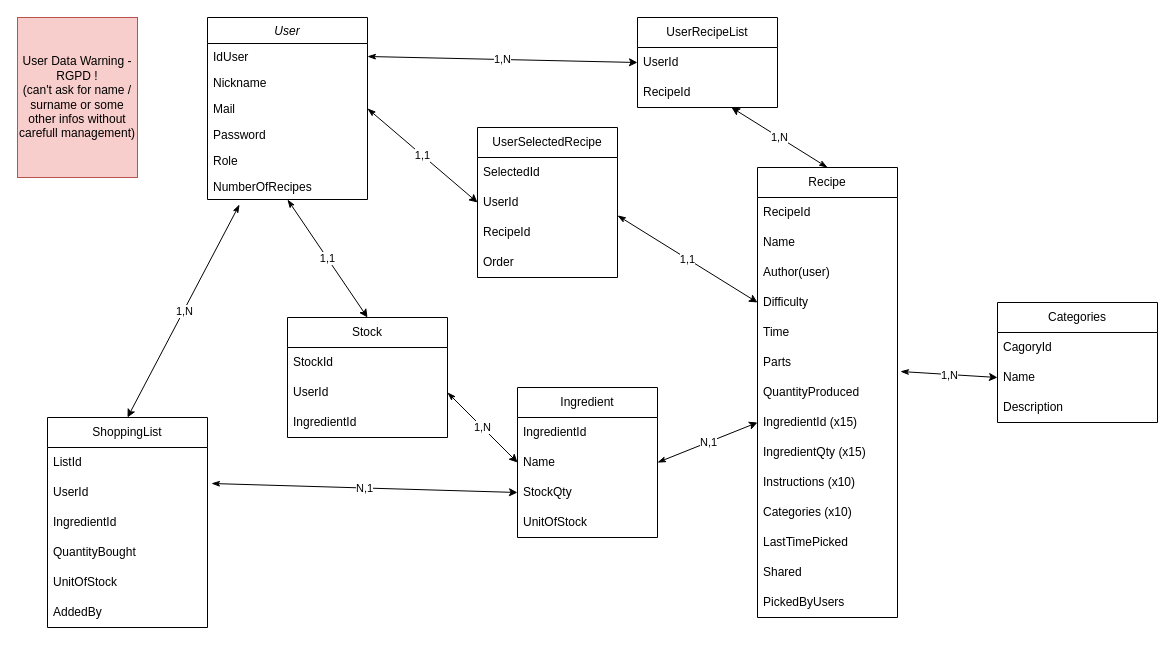
Windryuu/DrawIoRepo keeps this draw.io diagram as StockingDraws/Diagramme sans nom.drawio. Above is the earlier version. Source tidied: cells renumbered, new cells numbered last; positions are measured from the earlier drawing's top-left corner, leaving out a move shared by most shapes. Both pictures are drawn from the tidied source at 100%, with x=0, y=0 at pixel (17, 17).
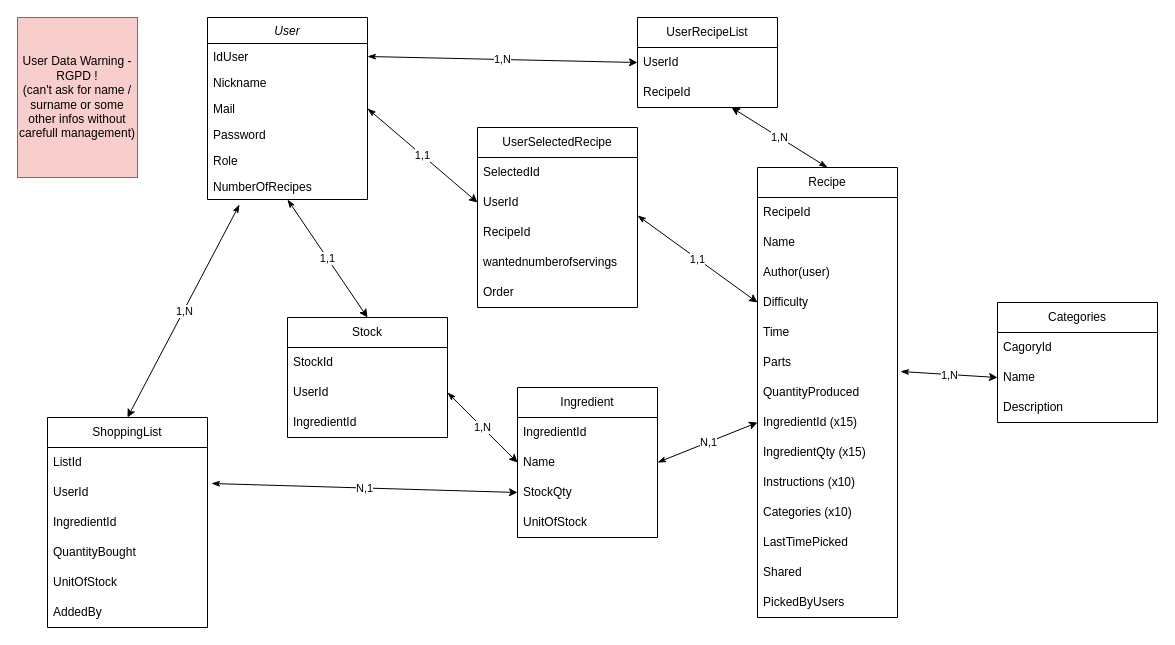
The same diagram, later.

Commit message:
added one column to selectedrecipe that will help validation

Diff of the diagram source:
```diff
@@
     <mxCell id="39" value="UserSelectedRecipe" style="swimlane;fontStyle=0;horizontal=1;startSize=30;whiteSpace=wrap;html=1;" parent="1" vertex="1">
-      <mxGeometry x="460" y="110" width="140" height="150" as="geometry" />
+      <mxGeometry x="460" y="110" width="160" height="180" as="geometry" />
     </mxCell>
     <mxCell id="40" value="SelectedId" style="text;strokeColor=none;fillColor=none;align=left;verticalAlign=middle;spacingLeft=4;spacingRight=4;overflow=hidden;whiteSpace=wrap;html=1;" parent="39" vertex="1">
-      <mxGeometry y="30" width="140" height="30" as="geometry" />
+      <mxGeometry y="30" width="160" height="30" as="geometry" />
     </mxCell>
     <mxCell id="41" value="UserId" style="text;strokeColor=none;fillColor=none;align=left;verticalAlign=middle;spacingLeft=4;spacingRight=4;overflow=hidden;points=[[0,0.5],[1,0.5]];portConstraint=eastwest;whiteSpace=wrap;html=1;" parent="39" vertex="1">
-      <mxGeometry y="60" width="140" height="30" as="geometry" />
+      <mxGeometry y="60" width="160" height="30" as="geometry" />
     </mxCell>
     <mxCell id="42" value="RecipeId" style="text;strokeColor=none;fillColor=none;align=left;verticalAlign=middle;spacingLeft=4;spacingRight=4;overflow=hidden;points=[[0,0.5],[1,0.5]];portConstraint=eastwest;whiteSpace=wrap;html=1;" parent="39" vertex="1">
-      <mxGeometry y="90" width="140" height="30" as="geometry" />
+      <mxGeometry y="90" width="160" height="30" as="geometry" />
     </mxCell>
+    <mxCell id="73" value="wantednumberofservings" style="text;strokeColor=none;fillColor=none;align=left;verticalAlign=middle;spacingLeft=4;spacingRight=4;overflow=hidden;whiteSpace=wrap;html=1;" parent="39" vertex="1">
+      <mxGeometry y="120" width="160" height="30" as="geometry" />
+    </mxCell>
     <mxCell id="43" value="Order" style="text;strokeColor=none;fillColor=none;align=left;verticalAlign=middle;spacingLeft=4;spacingRight=4;overflow=hidden;whiteSpace=wrap;html=1;" parent="39" vertex="1">
-      <mxGeometry y="120" width="140" height="30" as="geometry" />
+      <mxGeometry y="150" width="160" height="30" as="geometry" />
     </mxCell>
```
